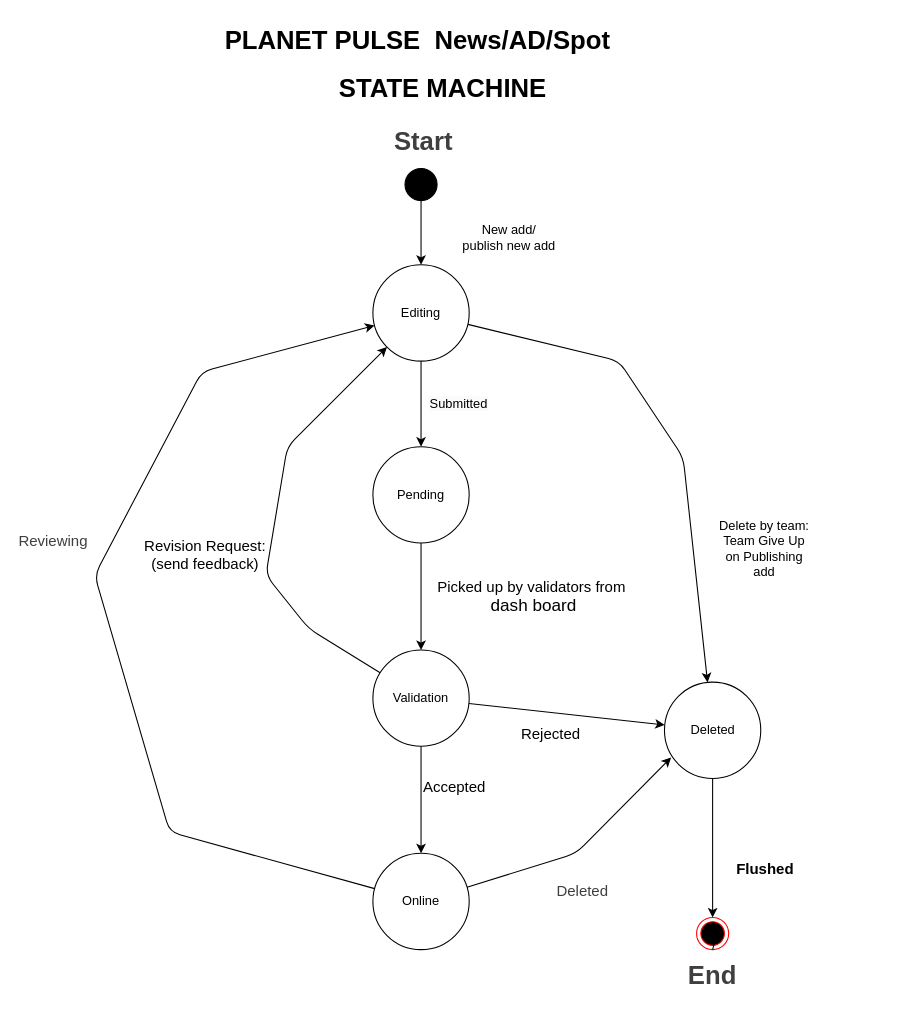
This is Docs/Status-machine/State-machine.drawio from Giao748/ISEP-PESTI, a draw.io file, before an edit. Source tidied: cells renumbered, new cells numbered last; positions are measured from the earlier drawing's top-left corner, leaving out a move shared by most shapes. Both pictures are drawn from the tidied source at 107%, with x=0, y=0 at pixel (94, 18).
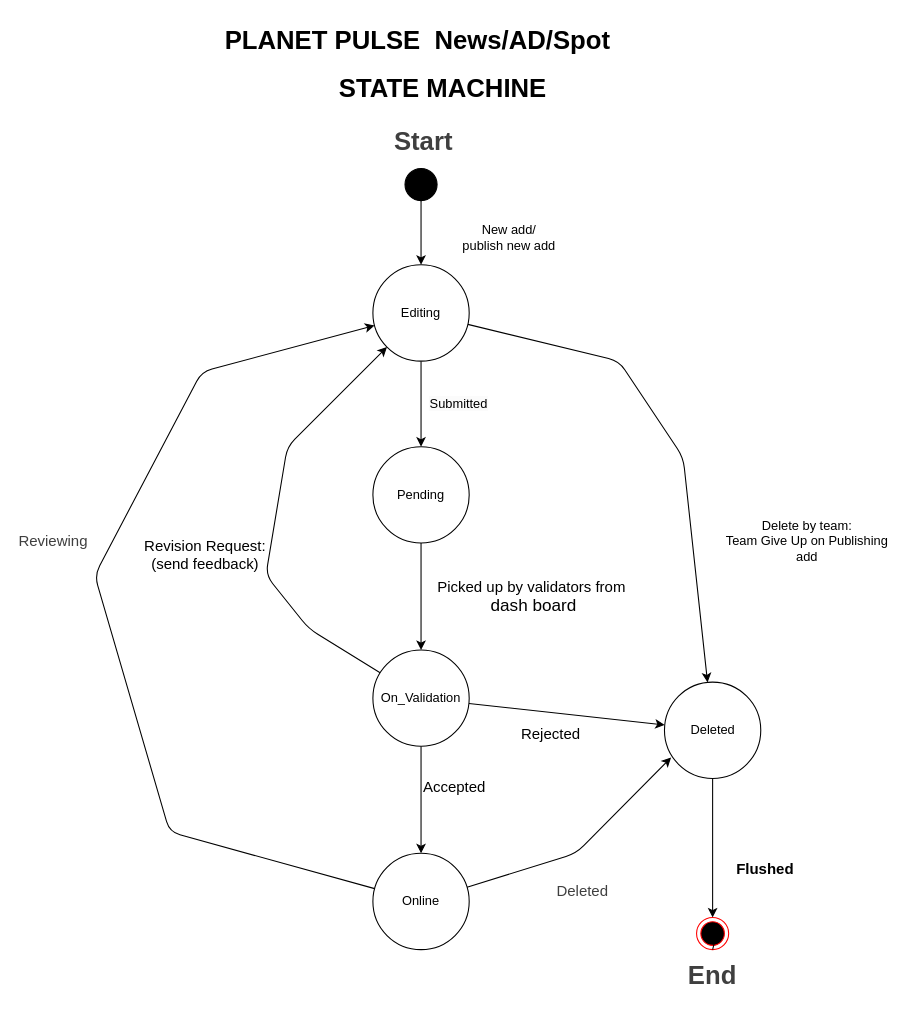
The same diagram, later.

Diff of the diagram source:
```diff
@@
-    <mxCell id="17" value="Validation" style="ellipse;whiteSpace=wrap;html=1;" parent="1" vertex="1">
+    <mxCell id="17" value="On_Validation" style="ellipse;whiteSpace=wrap;html=1;" parent="1" vertex="1">
       <mxGeometry x="260" y="590" width="90" height="90" as="geometry" />
     </mxCell>
@@
     <mxCell id="31" value="&lt;div style=&quot;text-align: center;&quot;&gt;Delete by team:&lt;/div&gt;&lt;div style=&quot;text-align: center;&quot;&gt;Team Give Up on Publishing add&lt;/div&gt;" style="text;whiteSpace=wrap;html=1;" parent="1" vertex="1">
-      <mxGeometry x="580" y="460" width="90" height="40" as="geometry" />
+      <mxGeometry x="580" y="460" width="170" height="40" as="geometry" />
     </mxCell>
```
